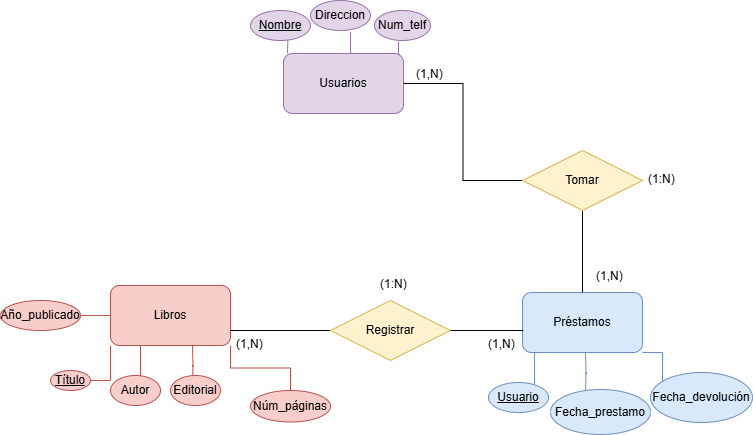
Above: diseño/sheet01/ex01/Ejer01.drawio.png in Dorianaadc/Bootcamp (draw.io), before the change. Source tidied: cells renumbered, new cells last; positions are measured from the earlier drawing's top-left corner, leaving out a move shared by most shapes.
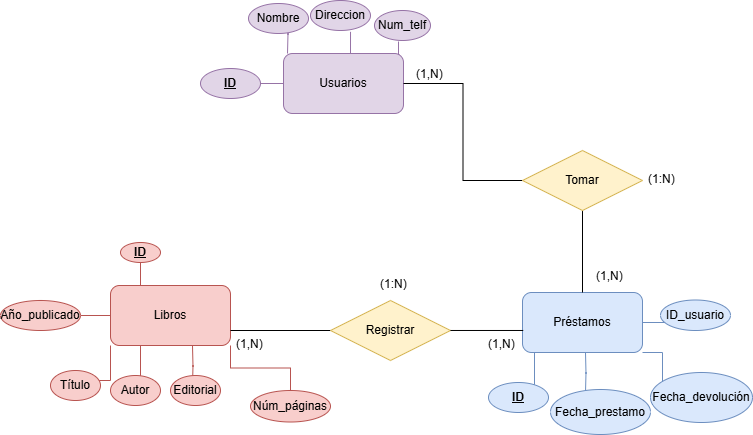
The same file after the commit.

The edit, as a diff of the source:
```diff
@@ -30,6 +30,11 @@
     <mxCell id="6" style="edgeStyle=orthogonalEdgeStyle;rounded=0;jettySize=auto;html=1;exitX=1;exitY=1;exitDx=0;exitDy=0;endArrow=none;startFill=0;fillColor=#f8cecc;strokeColor=#b85450;" parent="1" edge="1" source="7" target="22">
       <mxGeometry relative="1" as="geometry" />
     </mxCell>
+    <mxCell id="39" style="edgeStyle=orthogonalEdgeStyle;rounded=0;jettySize=auto;html=1;exitX=0.25;exitY=0;exitDx=0;exitDy=0;endArrow=none;startFill=0;fillColor=#f8cecc;strokeColor=#b85450;" parent="1" edge="1" source="44">
+      <mxGeometry relative="1" as="geometry">
+        <mxPoint x="140" y="250" as="targetPoint" />
+      </mxGeometry>
+    </mxCell>
     <mxCell id="7" value="Libros" style="rounded=1;whiteSpace=wrap;html=1;fillColor=#f8cecc;strokeColor=#b85450;" parent="1" vertex="1">
       <mxGeometry x="110" y="285" width="120" height="60" as="geometry" />
     </mxCell>
@@ -50,6 +55,11 @@
         <mxPoint x="662" y="382" as="targetPoint" />
       </mxGeometry>
     </mxCell>
+    <mxCell id="40" style="edgeStyle=orthogonalEdgeStyle;rounded=0;jettySize=auto;html=1;exitX=1;exitY=0.5;exitDx=0;exitDy=0;endArrow=none;startFill=0;fillColor=#dae8fc;strokeColor=#6c8ebf;" parent="1" edge="1" source="11">
+      <mxGeometry relative="1" as="geometry">
+        <mxPoint x="680" y="322" as="targetPoint" />
+      </mxGeometry>
+    </mxCell>
     <mxCell id="11" value="Préstamos" style="rounded=1;whiteSpace=wrap;html=1;fillColor=#dae8fc;strokeColor=#6c8ebf;" parent="1" vertex="1">
       <mxGeometry x="522" y="292" width="120" height="60" as="geometry" />
     </mxCell>
@@ -68,18 +78,17 @@
         <mxPoint x="398" y="41" as="targetPoint" />
       </mxGeometry>
     </mxCell>
+    <mxCell id="41" style="edgeStyle=orthogonalEdgeStyle;rounded=0;jettySize=auto;html=1;endArrow=none;startFill=0;fillColor=#e1d5e7;strokeColor=#9673a6;" parent="1" edge="1" source="15">
+      <mxGeometry relative="1" as="geometry">
+        <mxPoint x="250" y="83" as="targetPoint" />
+      </mxGeometry>
+    </mxCell>
     <mxCell id="15" value="Usuarios" style="rounded=1;whiteSpace=wrap;html=1;fillColor=#e1d5e7;strokeColor=#9673a6;" parent="1" vertex="1">
       <mxGeometry x="283" y="53" width="120" height="60" as="geometry" />
     </mxCell>
-    <mxCell id="16" value="Nombre" style="ellipse;whiteSpace=wrap;html=1;align=center;fontStyle=4;fillColor=#e1d5e7;strokeColor=#9673a6;" parent="1" vertex="1">
-      <mxGeometry x="250" y="10" width="60" height="30" as="geometry" />
-    </mxCell>
     <mxCell id="17" value="Direccion" style="ellipse;whiteSpace=wrap;html=1;align=center;fillColor=#e1d5e7;strokeColor=#9673a6;" parent="1" vertex="1">
       <mxGeometry x="310" width="60" height="30" as="geometry" />
     </mxCell>
-    <mxCell id="18" value="Título" style="ellipse;whiteSpace=wrap;html=1;align=center;fontStyle=4;fillColor=#f8cecc;strokeColor=#b85450;" parent="1" vertex="1">
-      <mxGeometry x="50" y="370" width="40" height="20" as="geometry" />
-    </mxCell>
     <mxCell id="19" value="Autor" style="ellipse;whiteSpace=wrap;html=1;align=center;fillColor=#f8cecc;strokeColor=#b85450;" parent="1" vertex="1">
       <mxGeometry x="110" y="375" width="50" height="30" as="geometry" />
     </mxCell>
@@ -92,7 +101,7 @@
     <mxCell id="22" value="Núm_páginas" style="ellipse;whiteSpace=wrap;html=1;align=center;fillColor=#f8cecc;strokeColor=#b85450;" parent="1" vertex="1">
       <mxGeometry x="250" y="390" width="80" height="31.5" as="geometry" />
     </mxCell>
-    <mxCell id="23" value="Usuario" style="ellipse;whiteSpace=wrap;html=1;align=center;fontStyle=4;fillColor=#dae8fc;strokeColor=#6c8ebf;" parent="1" vertex="1">
+    <mxCell id="23" value="&lt;b&gt;ID&lt;/b&gt;" style="ellipse;whiteSpace=wrap;html=1;align=center;fontStyle=4;fillColor=#dae8fc;strokeColor=#6c8ebf;" parent="1" vertex="1">
       <mxGeometry x="488" y="382" width="60" height="30" as="geometry" />
     </mxCell>
     <mxCell id="24" value="Fecha_prestamo" style="ellipse;whiteSpace=wrap;html=1;align=center;fillColor=#dae8fc;strokeColor=#6c8ebf;" parent="1" vertex="1">
@@ -140,5 +149,23 @@
     <mxCell id="38" value="(1,N)" style="text;strokeColor=none;fillColor=none;spacingLeft=4;spacingRight=4;overflow=hidden;fontSize=12;whiteSpace=wrap;html=1;" parent="1" vertex="1">
       <mxGeometry x="482" y="330" width="40" height="30" as="geometry" />
     </mxCell>
+    <mxCell id="42" value="&lt;b&gt;ID&lt;/b&gt;" style="ellipse;whiteSpace=wrap;html=1;align=center;fontStyle=4;fillColor=#e1d5e7;strokeColor=#9673a6;" parent="1" vertex="1">
+      <mxGeometry x="200" y="68" width="60" height="30" as="geometry" />
+    </mxCell>
+    <mxCell id="16" value="Nombre" style="ellipse;whiteSpace=wrap;html=1;align=center;fillColor=#e1d5e7;strokeColor=#9673a6;" parent="1" vertex="1">
+      <mxGeometry x="248" y="3" width="60" height="30" as="geometry" />
+    </mxCell>
+    <mxCell id="43" style="edgeStyle=orthogonalEdgeStyle;rounded=0;jettySize=auto;html=1;exitX=0.25;exitY=0;exitDx=0;exitDy=0;endArrow=none;startFill=0;fillColor=#f8cecc;strokeColor=#b85450;" parent="1" edge="1" source="7" target="44">
+      <mxGeometry relative="1" as="geometry" />
+    </mxCell>
+    <mxCell id="44" value="&lt;b&gt;ID&lt;/b&gt;" style="ellipse;whiteSpace=wrap;html=1;align=center;fontStyle=4;fillColor=#f8cecc;strokeColor=#b85450;" parent="1" vertex="1">
+      <mxGeometry x="120" y="242" width="40" height="20" as="geometry" />
+    </mxCell>
+    <mxCell id="18" value="Título" style="ellipse;whiteSpace=wrap;html=1;align=center;fillColor=#f8cecc;strokeColor=#b85450;" parent="1" vertex="1">
+      <mxGeometry x="50" y="370" width="50" height="30" as="geometry" />
+    </mxCell>
+    <mxCell id="45" value="ID_usuario" style="ellipse;whiteSpace=wrap;html=1;align=center;fillColor=#dae8fc;strokeColor=#6c8ebf;" parent="1" vertex="1">
+      <mxGeometry x="660" y="299.5" width="70" height="30.5" as="geometry" />
+    </mxCell>
   </root>
 </mxGraphModel>
```
